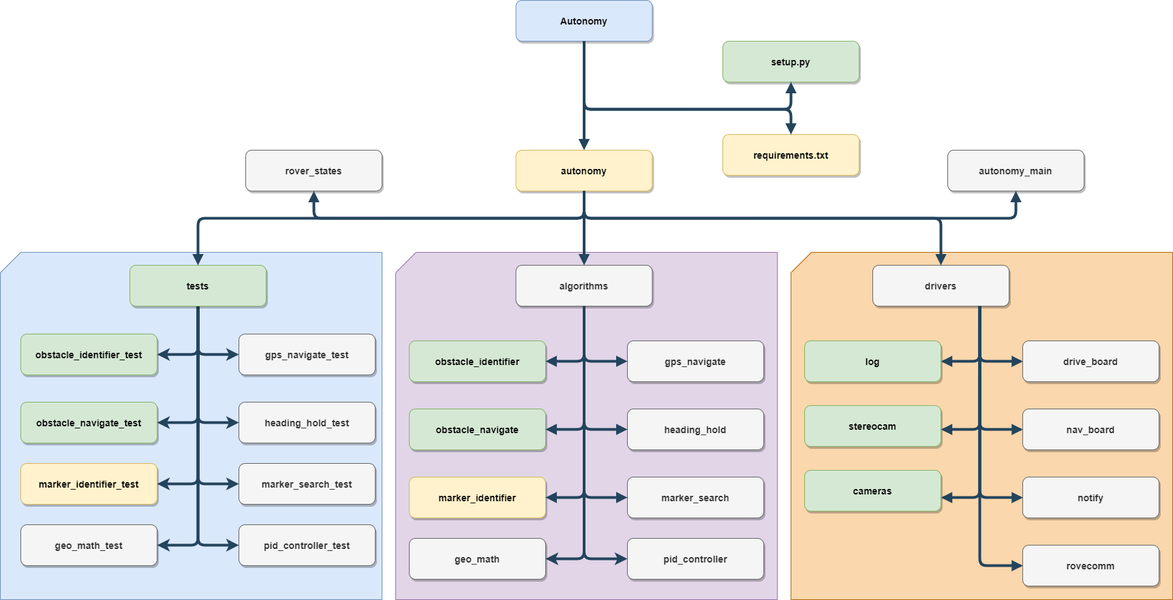
The draw.io diagram architecture.png in MissouriMRDT/Autonomy_Software_Python, before a commit. Source tidied: cells renumbered, new cells last; positions are measured from the earlier drawing's top-left corner, leaving out a move shared by most shapes.
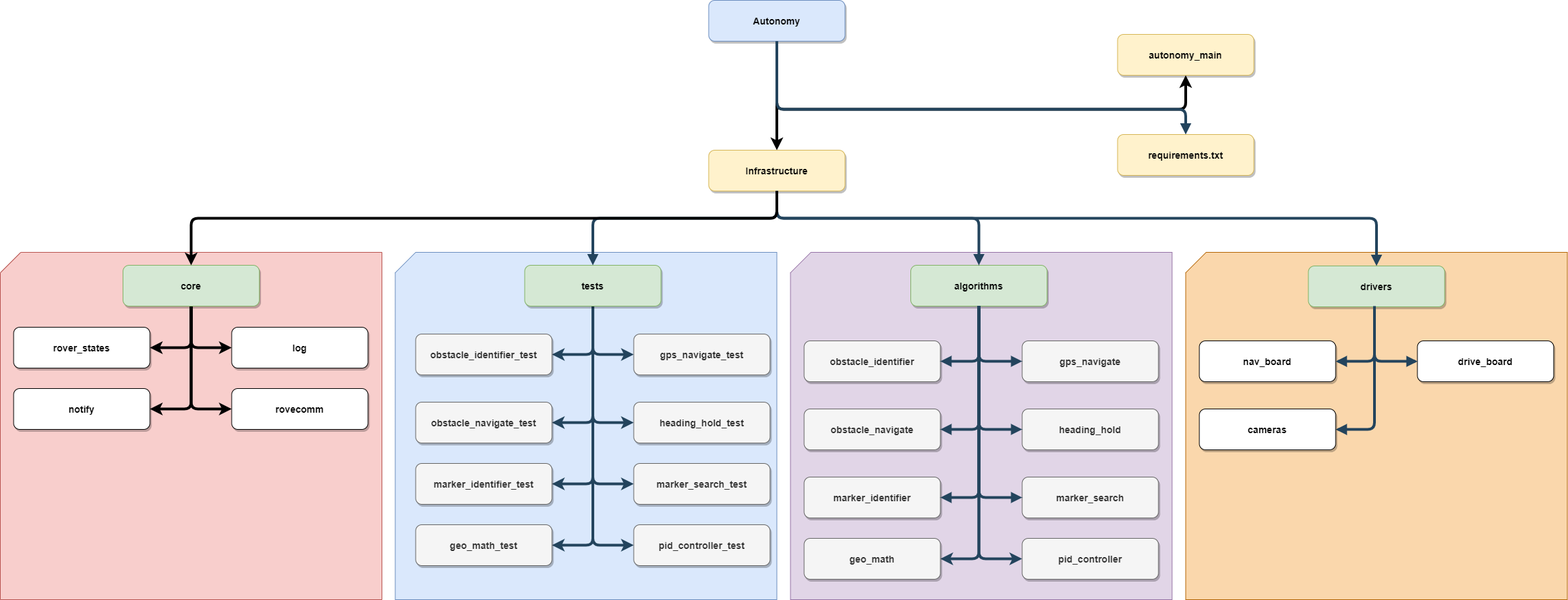
The same file after the commit.

Commit message:
Updated architecture diagram

What changed in the source:
```diff
@@ -13,4 +13,4 @@
     </mxCell>
-    <mxCell id="5" value="autonomy" style="rounded=1;shadow=1;fontStyle=1;fontSize=14;fillColor=#fff2cc;strokeColor=#d6b656;" parent="1" vertex="1">
-      <mxGeometry x="756.5" y="220" width="200" height="60" as="geometry" />
+    <mxCell id="5" value="Infrastructure" style="rounded=1;shadow=1;fontStyle=1;fontSize=14;fillColor=#fff2cc;strokeColor=#d6b656;" parent="1" vertex="1">
+      <mxGeometry x="460" y="220" width="200" height="60" as="geometry" />
     </mxCell>
@@ -43,4 +43,15 @@
     </mxCell>
+    <mxCell id="39" style="edgeStyle=orthogonalEdgeStyle;rounded=1;jettySize=auto;html=1;exitX=0.5;exitY=1;exitDx=0;exitDy=0;entryX=0.5;entryY=0;entryDx=0;entryDy=0;strokeWidth=4;" parent="1" edge="1" source="15" target="5">
+      <mxGeometry relative="1" as="geometry" />
+    </mxCell>
+    <mxCell id="68" style="edgeStyle=orthogonalEdgeStyle;rounded=1;jettySize=auto;html=1;exitX=0.5;exitY=1;exitDx=0;exitDy=0;entryX=0.5;entryY=1;entryDx=0;entryDy=0;strokeWidth=4;" parent="1" edge="1" source="15" target="56">
+      <mxGeometry relative="1" as="geometry">
+        <Array as="points">
+          <mxPoint x="560" y="160" />
+          <mxPoint x="1160" y="160" />
+        </Array>
+      </mxGeometry>
+    </mxCell>
     <mxCell id="15" value="Autonomy" style="rounded=1;shadow=1;fontStyle=1;fontSize=14;fillColor=#dae8fc;strokeColor=#6c8ebf;" parent="1" vertex="1">
-      <mxGeometry x="756.5" width="200" height="60" as="geometry" />
+      <mxGeometry x="460" width="200" height="60" as="geometry" />
     </mxCell>
@@ -52,11 +63,8 @@
     </mxCell>
-    <mxCell id="18" value="algorithms" style="rounded=1;shadow=1;fontStyle=1;fontSize=14;fillColor=#f5f5f5;strokeColor=#666666;fontColor=#333333;" parent="1" vertex="1">
+    <mxCell id="18" value="algorithms" style="rounded=1;shadow=1;fontStyle=1;fontSize=14;fillColor=#d5e8d4;strokeColor=#82b366;" parent="1" vertex="1">
       <mxGeometry x="756.5" y="389" width="200" height="60" as="geometry" />
     </mxCell>
-    <mxCell id="19" value="drivers" style="rounded=1;shadow=1;fontStyle=1;fontSize=14;fillColor=#f5f5f5;strokeColor=#666666;fontColor=#333333;" parent="1" vertex="1">
-      <mxGeometry x="1280" y="389" width="200" height="60" as="geometry" />
+    <mxCell id="19" value="drivers" style="rounded=1;shadow=1;fontStyle=1;fontSize=14;fillColor=#d5e8d4;strokeColor=#82b366;" parent="1" vertex="1">
+      <mxGeometry x="1340" y="390" width="200" height="60" as="geometry" />
     </mxCell>
-    <mxCell id="20" value="setup.py" style="rounded=1;shadow=1;fontStyle=1;fontSize=14;fillColor=#d5e8d4;strokeColor=#82b366;" parent="1" vertex="1">
-      <mxGeometry x="1060" y="60" width="200" height="60" as="geometry" />
-    </mxCell>
     <mxCell id="21" value="requirements.txt" style="rounded=1;shadow=1;fontStyle=1;fontSize=14;fillColor=#fff2cc;strokeColor=#d6b656;" parent="1" vertex="1">
@@ -67,14 +75,8 @@
     </mxCell>
-    <mxCell id="23" value="drive_board" style="rounded=1;shadow=1;fontStyle=1;fontSize=14;fillColor=#f5f5f5;strokeColor=#666666;fontColor=#333333;" parent="1" vertex="1">
+    <mxCell id="23" value="drive_board" style="rounded=1;shadow=1;fontStyle=1;fontSize=14;" parent="1" vertex="1">
       <mxGeometry x="1500" y="500" width="200" height="60" as="geometry" />
     </mxCell>
-    <mxCell id="24" value="nav_board" style="rounded=1;shadow=1;fontStyle=1;fontSize=14;fillColor=#f5f5f5;strokeColor=#666666;fontColor=#333333;" parent="1" vertex="1">
-      <mxGeometry x="1500" y="600" width="200" height="60" as="geometry" />
+    <mxCell id="24" value="nav_board" style="rounded=1;shadow=1;fontStyle=1;fontSize=14;" parent="1" vertex="1">
+      <mxGeometry x="1180" y="500" width="200" height="60" as="geometry" />
     </mxCell>
-    <mxCell id="25" value="notify" style="rounded=1;shadow=1;fontStyle=1;fontSize=14;fillColor=#f5f5f5;strokeColor=#666666;fontColor=#333333;" parent="1" vertex="1">
-      <mxGeometry x="1500" y="700" width="200" height="60" as="geometry" />
-    </mxCell>
-    <mxCell id="26" value="rovecomm" style="rounded=1;shadow=1;fontStyle=1;fontSize=14;fillColor=#f5f5f5;strokeColor=#666666;fontColor=#333333;" parent="1" vertex="1">
-      <mxGeometry x="1500" y="800" width="200" height="60" as="geometry" />
-    </mxCell>
     <mxCell id="27" value="gps_navigate" style="rounded=1;shadow=1;fontStyle=1;fontSize=14;fillColor=#f5f5f5;strokeColor=#666666;fontColor=#333333;" parent="1" vertex="1">
@@ -82,11 +84,2 @@
     </mxCell>
-    <mxCell id="28" value="cameras" style="rounded=1;shadow=1;fontStyle=1;fontSize=14;fillColor=#d5e8d4;strokeColor=#82b366;" parent="1" vertex="1">
-      <mxGeometry x="1180" y="690" width="200" height="60" as="geometry" />
-    </mxCell>
-    <mxCell id="29" value="log" style="rounded=1;shadow=1;fontStyle=1;fontSize=14;fillColor=#d5e8d4;strokeColor=#82b366;" parent="1" vertex="1">
-      <mxGeometry x="1180" y="500" width="200" height="60" as="geometry" />
-    </mxCell>
-    <mxCell id="30" value="stereocam" style="rounded=1;shadow=1;fontStyle=1;fontSize=14;fillColor=#d5e8d4;strokeColor=#82b366;" parent="1" vertex="1">
-      <mxGeometry x="1180" y="595" width="200" height="60" as="geometry" />
-    </mxCell>
     <mxCell id="31" value="heading_hold" style="rounded=1;shadow=1;fontStyle=1;fontSize=14;fillColor=#f5f5f5;strokeColor=#666666;fontColor=#333333;" parent="1" vertex="1">
@@ -97,3 +90,3 @@
     </mxCell>
-    <mxCell id="33" value="marker_identifier" style="rounded=1;shadow=1;fontStyle=1;fontSize=14;fillColor=#fff2cc;strokeColor=#d6b656;" parent="1" vertex="1">
+    <mxCell id="33" value="marker_identifier" style="rounded=1;shadow=1;fontStyle=1;fontSize=14;fillColor=#f5f5f5;strokeColor=#666666;fontColor=#333333;" parent="1" vertex="1">
       <mxGeometry x="600" y="700" width="200" height="60" as="geometry" />
@@ -103,6 +96,6 @@
     </mxCell>
-    <mxCell id="35" value="obstacle_identifier" style="rounded=1;shadow=1;fontStyle=1;fontSize=14;fillColor=#d5e8d4;strokeColor=#82b366;" parent="1" vertex="1">
+    <mxCell id="35" value="obstacle_identifier" style="rounded=1;shadow=1;fontStyle=1;fontSize=14;fillColor=#f5f5f5;strokeColor=#666666;fontColor=#333333;" parent="1" vertex="1">
       <mxGeometry x="600" y="500" width="200" height="60" as="geometry" />
     </mxCell>
-    <mxCell id="36" value="obstacle_navigate" style="rounded=1;shadow=1;fontStyle=1;fontSize=14;fillColor=#d5e8d4;strokeColor=#82b366;" parent="1" vertex="1">
+    <mxCell id="36" value="obstacle_navigate" style="rounded=1;shadow=1;fontStyle=1;fontSize=14;fillColor=#f5f5f5;strokeColor=#666666;fontColor=#333333;" parent="1" vertex="1">
       <mxGeometry x="600" y="600" width="200" height="60" as="geometry" />
@@ -123,32 +116,2 @@
     </mxCell>
-    <mxCell id="38" style="edgeStyle=elbowEdgeStyle;elbow=vertical;strokeWidth=4;endArrow=block;endFill=1;fontStyle=1;strokeColor=#23445D;exitX=0.5;exitY=1;exitDx=0;exitDy=0;entryX=0.5;entryY=1;entryDx=0;entryDy=0;" parent="1" edge="1" source="15" target="20">
-      <mxGeometry x="1154" y="260.1" as="geometry">
-        <Array as="points">
-          <mxPoint x="1060" y="160" />
-          <mxPoint x="1070" y="170" />
-          <mxPoint x="1432" y="114.6" />
-          <mxPoint x="1402" y="104.6" />
-          <mxPoint x="1342" y="114.6" />
-          <mxPoint x="1402" y="114.6" />
-          <mxPoint x="1392" y="104.6" />
-          <mxPoint x="1372" y="114.6" />
-          <mxPoint x="1432" y="107.6" />
-        </Array>
-      </mxGeometry>
-    </mxCell>
-    <mxCell id="39" style="edgeStyle=elbowEdgeStyle;elbow=vertical;strokeWidth=4;endArrow=block;endFill=1;fontStyle=1;strokeColor=#23445D;exitX=0.5;exitY=1;exitDx=0;exitDy=0;entryX=0.5;entryY=0;entryDx=0;entryDy=0;" parent="1" edge="1" source="15" target="5">
-      <mxGeometry x="1134" y="302.1" as="geometry">
-        <Array as="points">
-          <mxPoint x="870" y="200" />
-          <mxPoint x="880" y="180" />
-          <mxPoint x="1412" y="156.6" />
-          <mxPoint x="1382" y="146.6" />
-          <mxPoint x="1322" y="156.6" />
-          <mxPoint x="1382" y="156.6" />
-          <mxPoint x="1372" y="146.6" />
-          <mxPoint x="1352" y="156.6" />
-          <mxPoint x="1412" y="149.6" />
-        </Array>
-      </mxGeometry>
-    </mxCell>
     <mxCell id="40" style="edgeStyle=elbowEdgeStyle;elbow=vertical;strokeWidth=4;endArrow=block;endFill=1;fontStyle=1;strokeColor=#23445D;exitX=0.5;exitY=1;exitDx=0;exitDy=0;entryX=0.5;entryY=0;entryDx=0;entryDy=0;" parent="1" edge="1" source="5" target="18">
@@ -326,53 +289,2 @@
     </mxCell>
-    <mxCell id="51" style="edgeStyle=elbowEdgeStyle;elbow=vertical;strokeWidth=4;endArrow=block;endFill=1;fontStyle=1;strokeColor=#23445D;exitX=0.5;exitY=1;exitDx=0;exitDy=0;entryX=1;entryY=0.5;entryDx=0;entryDy=0;" parent="1" edge="1">
-      <mxGeometry x="1765.1" y="451.1" as="geometry">
-        <mxPoint x="1436.9" y="449.3" as="sourcePoint" />
-        <mxPoint x="1380.2" y="730.2" as="targetPoint" />
-        <Array as="points">
-          <mxPoint x="1410.6" y="730" />
-          <mxPoint x="1511.1" y="329" />
-          <mxPoint x="2043.1" y="305.6" />
-          <mxPoint x="2013.1" y="295.6" />
-          <mxPoint x="1953.1" y="305.6" />
-          <mxPoint x="2013.1" y="305.6" />
-          <mxPoint x="2003.1" y="295.6" />
-          <mxPoint x="1983.1" y="305.6" />
-          <mxPoint x="2043.1" y="298.6" />
-        </Array>
-      </mxGeometry>
-    </mxCell>
-    <mxCell id="52" style="edgeStyle=elbowEdgeStyle;elbow=vertical;strokeWidth=4;endArrow=block;endFill=1;fontStyle=1;strokeColor=#23445D;exitX=0.5;exitY=1;exitDx=0;exitDy=0;entryX=0;entryY=0.5;entryDx=0;entryDy=0;" parent="1" edge="1">
-      <mxGeometry x="1775.1" y="461.1" as="geometry">
-        <mxPoint x="1436.9" y="449.3" as="sourcePoint" />
-        <mxPoint x="1500.2" y="730.2" as="targetPoint" />
-        <Array as="points">
-          <mxPoint x="1470.6" y="730" />
-          <mxPoint x="1521.1" y="339" />
-          <mxPoint x="2053.1" y="315.6" />
-          <mxPoint x="2023.1" y="305.6" />
-          <mxPoint x="1963.1" y="315.6" />
-          <mxPoint x="2023.1" y="315.6" />
-          <mxPoint x="2013.1" y="305.6" />
-          <mxPoint x="1993.1" y="315.6" />
-          <mxPoint x="2053.1" y="308.6" />
-        </Array>
-      </mxGeometry>
-    </mxCell>
-    <mxCell id="53" style="edgeStyle=elbowEdgeStyle;elbow=vertical;strokeWidth=4;endArrow=block;endFill=1;fontStyle=1;strokeColor=#23445D;entryX=0;entryY=0.5;entryDx=0;entryDy=0;exitX=0.5;exitY=1;exitDx=0;exitDy=0;" parent="1" edge="1">
-      <mxGeometry x="1765.1" y="451.1" as="geometry">
-        <mxPoint x="1436.9" y="449.3" as="sourcePoint" />
-        <mxPoint x="1500.2" y="630.2" as="targetPoint" />
-        <Array as="points">
-          <mxPoint x="1470.6" y="630" />
-          <mxPoint x="1511.1" y="329" />
-          <mxPoint x="2043.1" y="305.6" />
-          <mxPoint x="2013.1" y="295.6" />
-          <mxPoint x="1953.1" y="305.6" />
-          <mxPoint x="2013.1" y="305.6" />
-          <mxPoint x="2003.1" y="295.6" />
-          <mxPoint x="1983.1" y="305.6" />
-          <mxPoint x="2043.1" y="298.6" />
-        </Array>
-      </mxGeometry>
-    </mxCell>
     <mxCell id="54" style="edgeStyle=elbowEdgeStyle;elbow=vertical;strokeWidth=4;endArrow=block;endFill=1;fontStyle=1;strokeColor=#23445D;exitX=0.5;exitY=1;exitDx=0;exitDy=0;entryX=0;entryY=0.5;entryDx=0;entryDy=0;" parent="1" edge="1">
@@ -395,56 +307,6 @@
     </mxCell>
-    <mxCell id="55" style="edgeStyle=elbowEdgeStyle;elbow=vertical;strokeWidth=4;endArrow=block;endFill=1;fontStyle=1;strokeColor=#23445D;exitX=0.5;exitY=1;exitDx=0;exitDy=0;entryX=0;entryY=0.5;entryDx=0;entryDy=0;" parent="1" edge="1">
-      <mxGeometry x="1775.1" y="561.1" as="geometry">
-        <mxPoint x="1436.9" y="549.3" as="sourcePoint" />
-        <mxPoint x="1500.2" y="830.2" as="targetPoint" />
-        <Array as="points">
-          <mxPoint x="1470.6" y="830" />
-          <mxPoint x="1521.1" y="439" />
-          <mxPoint x="2053.1" y="415.6" />
-          <mxPoint x="2023.1" y="405.6" />
-          <mxPoint x="1963.1" y="415.6" />
-          <mxPoint x="2023.1" y="415.6" />
-          <mxPoint x="2013.1" y="405.6" />
-          <mxPoint x="1993.1" y="415.6" />
-          <mxPoint x="2053.1" y="408.6" />
-        </Array>
-      </mxGeometry>
-    </mxCell>
-    <mxCell id="56" value="autonomy_main" style="rounded=1;shadow=1;fontStyle=1;fontSize=14;fillColor=#f5f5f5;strokeColor=#666666;fontColor=#333333;" parent="1" vertex="1">
-      <mxGeometry x="1390" y="220" width="200" height="60" as="geometry" />
+    <mxCell id="56" value="autonomy_main" style="rounded=1;shadow=1;fontStyle=1;fontSize=14;fillColor=#fff2cc;strokeColor=#d6b656;" parent="1" vertex="1">
+      <mxGeometry x="1060" y="50" width="200" height="60" as="geometry" />
     </mxCell>
-    <mxCell id="57" style="edgeStyle=elbowEdgeStyle;elbow=vertical;strokeWidth=4;endArrow=block;endFill=1;fontStyle=1;strokeColor=#23445D;exitX=0.5;exitY=1;exitDx=0;exitDy=0;entryX=0.5;entryY=1;entryDx=0;entryDy=0;" parent="1" edge="1" source="5" target="56">
-      <mxGeometry x="1164" y="332.1" as="geometry">
-        <Array as="points">
-          <mxPoint x="1180" y="320" />
-          <mxPoint x="910" y="210" />
-          <mxPoint x="1442" y="186.6" />
-          <mxPoint x="1412" y="176.6" />
-          <mxPoint x="1352" y="186.6" />
-          <mxPoint x="1412" y="186.6" />
-          <mxPoint x="1402" y="176.6" />
-          <mxPoint x="1382" y="186.6" />
-          <mxPoint x="1442" y="179.6" />
-        </Array>
-      </mxGeometry>
-    </mxCell>
-    <mxCell id="58" value="rover_states" style="rounded=1;shadow=1;fontStyle=1;fontSize=14;fillColor=#f5f5f5;strokeColor=#666666;fontColor=#333333;" parent="1" vertex="1">
-      <mxGeometry x="360" y="220" width="200" height="60" as="geometry" />
-    </mxCell>
-    <mxCell id="59" style="edgeStyle=elbowEdgeStyle;elbow=vertical;strokeWidth=4;endArrow=block;endFill=1;fontStyle=1;strokeColor=#23445D;exitX=0.5;exitY=1;exitDx=0;exitDy=0;entryX=0.5;entryY=1;entryDx=0;entryDy=0;" parent="1" edge="1" source="5" target="58">
-      <mxGeometry x="1174" y="342.1" as="geometry">
-        <Array as="points">
-          <mxPoint x="670" y="320" />
-          <mxPoint x="920" y="220" />
-          <mxPoint x="1452" y="196.6" />
-          <mxPoint x="1422" y="186.6" />
-          <mxPoint x="1362" y="196.6" />
-          <mxPoint x="1422" y="196.6" />
-          <mxPoint x="1412" y="186.6" />
-          <mxPoint x="1392" y="196.6" />
-          <mxPoint x="1452" y="189.6" />
-        </Array>
-      </mxGeometry>
-    </mxCell>
-    <mxCell id="60" value="obstacle_identifier_test" style="rounded=1;shadow=1;fontStyle=1;fontSize=14;fillColor=#d5e8d4;strokeColor=#82b366;" parent="1" vertex="1">
+    <mxCell id="60" value="obstacle_identifier_test" style="rounded=1;shadow=1;fontStyle=1;fontSize=14;fillColor=#f5f5f5;strokeColor=#666666;fontColor=#333333;" parent="1" vertex="1">
       <mxGeometry x="30" y="490" width="200" height="60" as="geometry" />
@@ -454,6 +316,6 @@
     </mxCell>
-    <mxCell id="62" value="obstacle_navigate_test" style="rounded=1;shadow=1;fontStyle=1;fontSize=14;fillColor=#d5e8d4;strokeColor=#82b366;" parent="1" vertex="1">
+    <mxCell id="62" value="obstacle_navigate_test" style="rounded=1;shadow=1;fontStyle=1;fontSize=14;fillColor=#f5f5f5;strokeColor=#666666;fontColor=#333333;" parent="1" vertex="1">
       <mxGeometry x="30" y="590" width="200" height="60" as="geometry" />
     </mxCell>
-    <mxCell id="63" value="marker_identifier_test" style="rounded=1;shadow=1;fontStyle=1;fontSize=14;fillColor=#fff2cc;strokeColor=#d6b656;" parent="1" vertex="1">
+    <mxCell id="63" value="marker_identifier_test" style="rounded=1;shadow=1;fontStyle=1;fontSize=14;fillColor=#f5f5f5;strokeColor=#666666;fontColor=#333333;" parent="1" vertex="1">
       <mxGeometry x="30" y="680" width="200" height="60" as="geometry" />
@@ -472,2 +334,43 @@
     </mxCell>
+    <mxCell id="69" style="shape=card;whiteSpace=wrap;html=1;fillColor=#f8cecc;strokeColor=#b85450;" parent="1" vertex="1">
+      <mxGeometry x="-579.5" y="370" width="560" height="510" as="geometry" />
+    </mxCell>
+    <mxCell id="70" style="edgeStyle=orthogonalEdgeStyle;rounded=1;jettySize=auto;html=1;exitX=0.5;exitY=1;exitDx=0;exitDy=0;entryX=1;entryY=0.5;entryDx=0;entryDy=0;strokeWidth=4;" parent="1" edge="1" source="74" target="58">
+      <mxGeometry relative="1" as="geometry" />
+    </mxCell>
+    <mxCell id="71" style="edgeStyle=orthogonalEdgeStyle;rounded=1;jettySize=auto;html=1;exitX=0.5;exitY=1;exitDx=0;exitDy=0;entryX=0;entryY=0.5;entryDx=0;entryDy=0;strokeWidth=4;" parent="1" edge="1" source="74" target="29">
+      <mxGeometry relative="1" as="geometry" />
+    </mxCell>
+    <mxCell id="72" style="edgeStyle=orthogonalEdgeStyle;rounded=1;jettySize=auto;html=1;exitX=0.5;exitY=1;exitDx=0;exitDy=0;entryX=0;entryY=0.5;entryDx=0;entryDy=0;strokeWidth=4;" parent="1" edge="1" source="74" target="26">
+      <mxGeometry relative="1" as="geometry" />
+    </mxCell>
+    <mxCell id="73" style="edgeStyle=orthogonalEdgeStyle;rounded=1;jettySize=auto;html=1;exitX=0.5;exitY=1;exitDx=0;exitDy=0;entryX=1;entryY=0.5;entryDx=0;entryDy=0;strokeWidth=4;" parent="1" edge="1" source="74" target="25">
+      <mxGeometry relative="1" as="geometry" />
+    </mxCell>
+    <mxCell id="74" value="core" style="rounded=1;shadow=1;fontStyle=1;fontSize=14;fillColor=#d5e8d4;strokeColor=#82b366;" parent="1" vertex="1">
+      <mxGeometry x="-399.5" y="389" width="200" height="60" as="geometry" />
+    </mxCell>
+    <mxCell id="58" value="rover_states" style="rounded=1;shadow=1;fontStyle=1;fontSize=14;" parent="1" vertex="1">
+      <mxGeometry x="-560" y="480" width="200" height="60" as="geometry" />
+    </mxCell>
+    <mxCell id="29" value="log" style="rounded=1;shadow=1;fontStyle=1;fontSize=14;" parent="1" vertex="1">
+      <mxGeometry x="-240" y="480" width="200" height="60" as="geometry" />
+    </mxCell>
+    <mxCell id="26" value="rovecomm" style="rounded=1;shadow=1;fontStyle=1;fontSize=14;" parent="1" vertex="1">
+      <mxGeometry x="-240" y="570" width="200" height="60" as="geometry" />
+    </mxCell>
+    <mxCell id="75" style="edgeStyle=orthogonalEdgeStyle;rounded=1;jettySize=auto;html=1;exitX=0.5;exitY=1;exitDx=0;exitDy=0;entryX=0.5;entryY=0;entryDx=0;entryDy=0;strokeWidth=4;" parent="1" edge="1" source="5" target="74">
+      <mxGeometry relative="1" as="geometry">
+        <Array as="points">
+          <mxPoint x="560" y="320" />
+          <mxPoint x="-299" y="320" />
+        </Array>
+      </mxGeometry>
+    </mxCell>
+    <mxCell id="25" value="notify" style="rounded=1;shadow=1;fontStyle=1;fontSize=14;" parent="1" vertex="1">
+      <mxGeometry x="-560" y="570" width="200" height="60" as="geometry" />
+    </mxCell>
+    <mxCell id="28" value="cameras" style="rounded=1;shadow=1;fontStyle=1;fontSize=14;" parent="1" vertex="1">
+      <mxGeometry x="1180" y="600" width="200" height="60" as="geometry" />
+    </mxCell>
   </root>
```
